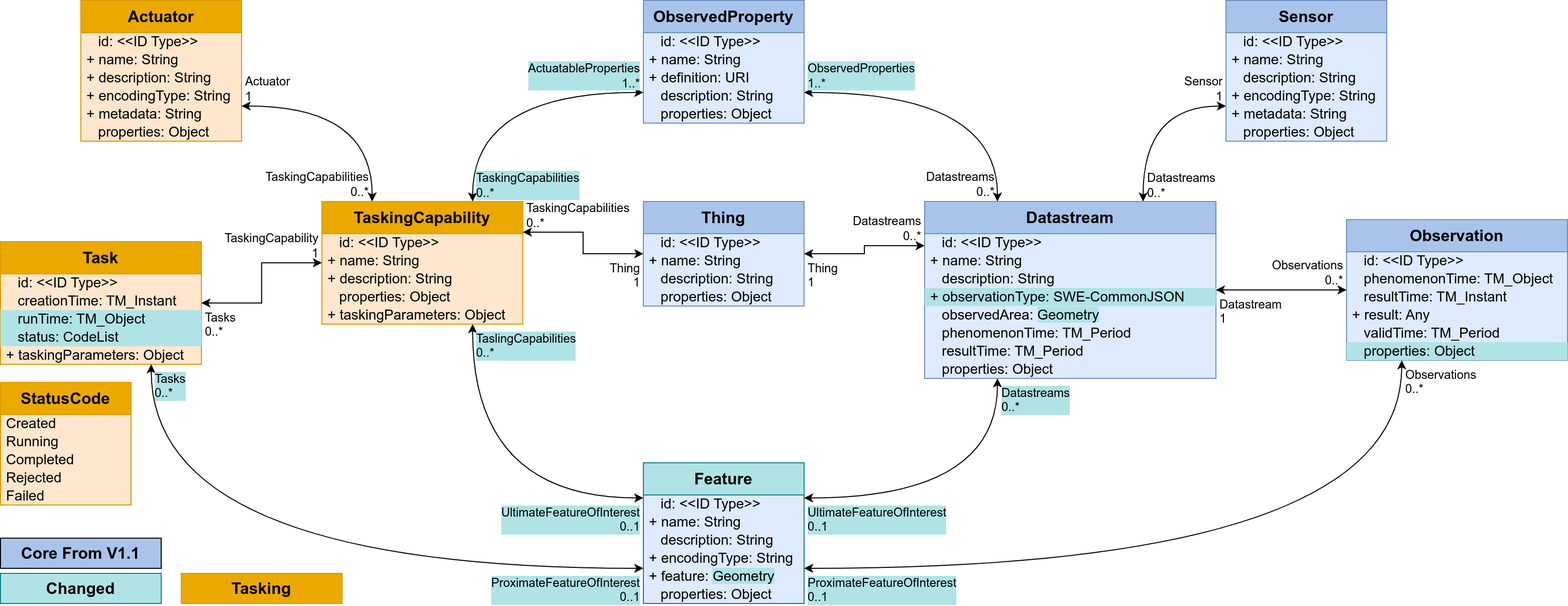
Earlier version of the draw.io export figures/Datamodel-SensorThingsApi-V2-proposal-1-Tasking-Sensing.drawio.png (opengeospatial/sensorthings). Source tidied: cells renumbered, new cells last; positions are measured from the earlier drawing's top-left corner, leaving out a move shared by most shapes.
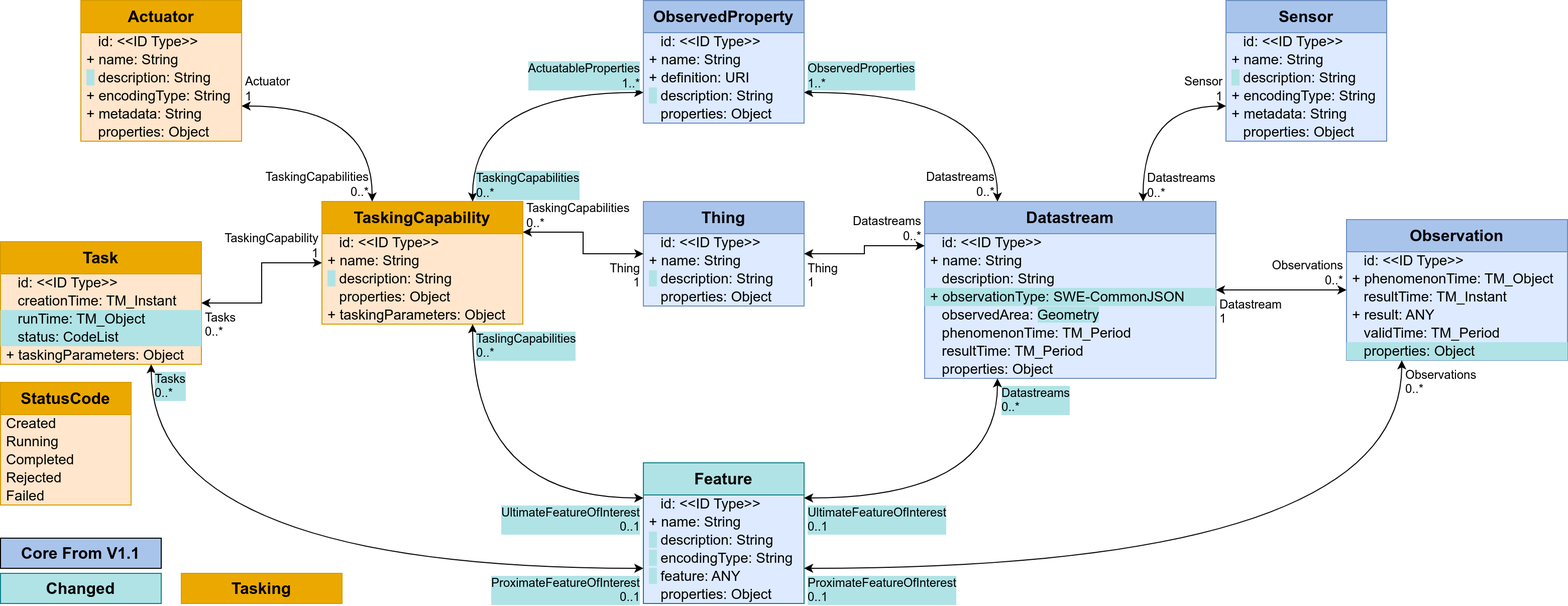
Later version of the same file.

Change to the diagram source:
```diff
@@ -38,13 +38,13 @@
     <mxCell id="13" value="+ name: String" style="text;strokeColor=none;fillColor=none;align=left;verticalAlign=middle;spacingLeft=4;spacingRight=4;overflow=visible;html=1;fontSize=14;" parent="11" vertex="1">
       <mxGeometry y="50" width="160" height="18" as="geometry" />
     </mxCell>
-    <mxCell id="14" value="&amp;nbsp; &amp;nbsp;description: String" style="text;strokeColor=none;fillColor=none;align=left;verticalAlign=middle;spacingLeft=4;spacingRight=4;overflow=visible;html=1;fontSize=14;" parent="11" vertex="1">
+    <mxCell id="14" value="&lt;span style=&quot;background-color: rgb(176, 227, 230);&quot;&gt;&amp;nbsp; &lt;/span&gt;&amp;nbsp;description: String" style="text;strokeColor=none;fillColor=none;align=left;verticalAlign=middle;spacingLeft=4;spacingRight=4;overflow=visible;html=1;fontSize=14;" parent="11" vertex="1">
       <mxGeometry y="68" width="160" height="18" as="geometry" />
     </mxCell>
-    <mxCell id="15" value="+ encodingType: String" style="text;strokeColor=none;fillColor=none;align=left;verticalAlign=middle;spacingLeft=4;spacingRight=4;overflow=visible;html=1;fontSize=14;" parent="11" vertex="1">
+    <mxCell id="15" value="&lt;span style=&quot;background-color: rgb(176, 227, 230);&quot;&gt;&amp;nbsp; &lt;/span&gt;&amp;nbsp;encodingType: String" style="text;strokeColor=none;fillColor=none;align=left;verticalAlign=middle;spacingLeft=4;spacingRight=4;overflow=visible;html=1;fontSize=14;" parent="11" vertex="1">
       <mxGeometry y="86" width="160" height="18" as="geometry" />
     </mxCell>
-    <mxCell id="16" value="+ feature: &lt;span style=&quot;background-color: rgb(176, 227, 230);&quot;&gt;Geometry&lt;/span&gt;" style="text;strokeColor=none;fillColor=none;align=left;verticalAlign=middle;spacingLeft=4;spacingRight=4;overflow=visible;html=1;fontSize=14;" parent="11" vertex="1">
+    <mxCell id="16" value="&lt;span style=&quot;background-color: rgb(176, 227, 230);&quot;&gt;&amp;nbsp; &lt;/span&gt;&amp;nbsp;feature: ANY&amp;nbsp;" style="text;strokeColor=none;fillColor=none;align=left;verticalAlign=middle;spacingLeft=4;spacingRight=4;overflow=visible;html=1;fontSize=14;" parent="11" vertex="1">
       <mxGeometry y="104" width="160" height="18" as="geometry" />
     </mxCell>
     <mxCell id="17" value="&amp;nbsp;&amp;nbsp;&amp;nbsp;properties: Object" style="text;strokeColor=none;fillColor=none;align=left;verticalAlign=middle;spacingLeft=4;spacingRight=4;overflow=visible;html=1;fontSize=14;" parent="11" vertex="1">
@@ -65,13 +65,13 @@
     <mxCell id="22" value="&amp;nbsp;&amp;nbsp;&amp;nbsp;id: &amp;lt;&amp;lt;ID Type&amp;gt;&amp;gt;" style="text;strokeColor=none;fillColor=none;align=left;verticalAlign=middle;spacingLeft=4;spacingRight=4;overflow=visible;html=1;fontSize=14;" parent="21" vertex="1">
       <mxGeometry y="32" width="220" height="18" as="geometry" />
     </mxCell>
-    <mxCell id="23" value="&amp;nbsp;&amp;nbsp;&amp;nbsp;phenomenonTime: TM_Object" style="text;strokeColor=none;fillColor=none;align=left;verticalAlign=middle;spacingLeft=4;spacingRight=4;overflow=visible;html=1;fontSize=14;" parent="21" vertex="1">
+    <mxCell id="23" value="+&amp;nbsp;phenomenonTime: TM_Object" style="text;strokeColor=none;fillColor=none;align=left;verticalAlign=middle;spacingLeft=4;spacingRight=4;overflow=visible;html=1;fontSize=14;" parent="21" vertex="1">
       <mxGeometry y="50" width="220" height="18" as="geometry" />
     </mxCell>
     <mxCell id="24" value="&amp;nbsp;&amp;nbsp;&amp;nbsp;resultTime: TM_Instant" style="text;strokeColor=none;fillColor=none;align=left;verticalAlign=middle;spacingLeft=4;spacingRight=4;overflow=visible;html=1;fontSize=14;" parent="21" vertex="1">
       <mxGeometry y="68" width="220" height="18" as="geometry" />
     </mxCell>
-    <mxCell id="25" value="+ result: Any" style="text;strokeColor=none;fillColor=none;align=left;verticalAlign=middle;spacingLeft=4;spacingRight=4;overflow=visible;html=1;fontSize=14;" parent="21" vertex="1">
+    <mxCell id="25" value="+ result: ANY" style="text;strokeColor=none;fillColor=none;align=left;verticalAlign=middle;spacingLeft=4;spacingRight=4;overflow=visible;html=1;fontSize=14;" parent="21" vertex="1">
       <mxGeometry y="86" width="220" height="18" as="geometry" />
     </mxCell>
     <mxCell id="26" value="&amp;nbsp;&amp;nbsp;&amp;nbsp;validTime:&amp;nbsp;TM_Period" style="text;strokeColor=none;fillColor=none;align=left;verticalAlign=middle;spacingLeft=4;spacingRight=4;overflow=visible;html=1;fontSize=14;" parent="21" vertex="1">
@@ -110,7 +110,7 @@
     <mxCell id="37" value="+ definition: URI" style="text;strokeColor=none;fillColor=none;align=left;verticalAlign=middle;spacingLeft=4;spacingRight=4;overflow=visible;html=1;fontSize=14;" parent="34" vertex="1">
       <mxGeometry y="68" width="160" height="18" as="geometry" />
     </mxCell>
-    <mxCell id="38" value="&amp;nbsp; &amp;nbsp;description: String" style="text;strokeColor=none;fillColor=none;align=left;verticalAlign=middle;spacingLeft=4;spacingRight=4;overflow=visible;html=1;fontSize=14;" parent="34" vertex="1">
+    <mxCell id="38" value="&lt;span style=&quot;background-color: rgb(176, 227, 230);&quot;&gt;&amp;nbsp; &lt;/span&gt;&amp;nbsp;description: String" style="text;strokeColor=none;fillColor=none;align=left;verticalAlign=middle;spacingLeft=4;spacingRight=4;overflow=visible;html=1;fontSize=14;" parent="34" vertex="1">
       <mxGeometry y="86" width="160" height="18" as="geometry" />
     </mxCell>
     <mxCell id="39" value="&amp;nbsp;&amp;nbsp;&amp;nbsp;properties: Object" style="text;strokeColor=none;fillColor=none;align=left;verticalAlign=middle;spacingLeft=4;spacingRight=4;overflow=visible;html=1;fontSize=14;" parent="34" vertex="1">
@@ -134,7 +134,7 @@
     <mxCell id="45" value="+ name: String" style="text;strokeColor=none;fillColor=none;align=left;verticalAlign=middle;spacingLeft=4;spacingRight=4;overflow=visible;html=1;fontSize=14;" parent="43" vertex="1">
       <mxGeometry y="50" width="160" height="18" as="geometry" />
     </mxCell>
-    <mxCell id="46" value="&amp;nbsp; &amp;nbsp;description: String" style="text;strokeColor=none;fillColor=none;align=left;verticalAlign=middle;spacingLeft=4;spacingRight=4;overflow=visible;html=1;fontSize=14;" parent="43" vertex="1">
+    <mxCell id="46" value="&lt;span style=&quot;background-color: rgb(176, 227, 230);&quot;&gt;&amp;nbsp; &lt;/span&gt;&amp;nbsp;description: String" style="text;strokeColor=none;fillColor=none;align=left;verticalAlign=middle;spacingLeft=4;spacingRight=4;overflow=visible;html=1;fontSize=14;" parent="43" vertex="1">
       <mxGeometry y="68" width="160" height="18" as="geometry" />
     </mxCell>
     <mxCell id="47" value="+ encodingType: String" style="text;strokeColor=none;fillColor=none;align=left;verticalAlign=middle;spacingLeft=4;spacingRight=4;overflow=visible;html=1;fontSize=14;" parent="43" vertex="1">
@@ -164,7 +164,7 @@
     <mxCell id="55" value="+ name: String" style="text;strokeColor=none;fillColor=none;align=left;verticalAlign=middle;spacingLeft=4;spacingRight=4;overflow=visible;html=1;fontSize=14;" parent="53" vertex="1">
       <mxGeometry y="50" width="160" height="18" as="geometry" />
     </mxCell>
-    <mxCell id="56" value="&amp;nbsp; &amp;nbsp;description: String" style="text;strokeColor=none;fillColor=none;align=left;verticalAlign=middle;spacingLeft=4;spacingRight=4;overflow=visible;html=1;fontSize=14;" parent="53" vertex="1">
+    <mxCell id="56" value="&lt;span style=&quot;background-color: rgb(176, 227, 230);&quot;&gt;&amp;nbsp; &lt;/span&gt;&amp;nbsp;description: String" style="text;strokeColor=none;fillColor=none;align=left;verticalAlign=middle;spacingLeft=4;spacingRight=4;overflow=visible;html=1;fontSize=14;" parent="53" vertex="1">
       <mxGeometry y="68" width="160" height="18" as="geometry" />
     </mxCell>
     <mxCell id="57" value="&amp;nbsp;&amp;nbsp;&amp;nbsp;properties: Object" style="text;strokeColor=none;fillColor=none;align=left;verticalAlign=middle;spacingLeft=4;spacingRight=4;overflow=visible;html=1;fontSize=14;" parent="53" vertex="1">
@@ -194,7 +194,7 @@
     <mxCell id="65" value="+ name: String" style="text;strokeColor=none;fillColor=none;align=left;verticalAlign=middle;spacingLeft=4;spacingRight=4;overflow=visible;html=1;fontSize=14;" parent="63" vertex="1">
       <mxGeometry y="50" width="160" height="18" as="geometry" />
     </mxCell>
-    <mxCell id="66" value="+ description: String" style="text;strokeColor=none;fillColor=none;align=left;verticalAlign=middle;spacingLeft=4;spacingRight=4;overflow=visible;html=1;fontSize=14;" parent="63" vertex="1">
+    <mxCell id="66" value="&lt;span style=&quot;background-color: rgb(176, 227, 230);&quot;&gt;&amp;nbsp; &lt;/span&gt;&amp;nbsp;description: String" style="text;strokeColor=none;fillColor=none;align=left;verticalAlign=middle;spacingLeft=4;spacingRight=4;overflow=visible;html=1;fontSize=14;" parent="63" vertex="1">
       <mxGeometry y="68" width="160" height="18" as="geometry" />
     </mxCell>
     <mxCell id="67" value="+ encodingType: String" style="text;strokeColor=none;fillColor=none;align=left;verticalAlign=middle;spacingLeft=4;spacingRight=4;overflow=visible;html=1;fontSize=14;" parent="63" vertex="1">
@@ -233,7 +233,7 @@
     <mxCell id="78" value="+ name: String" style="text;strokeColor=none;fillColor=none;align=left;verticalAlign=middle;spacingLeft=4;spacingRight=4;overflow=visible;html=1;fontSize=14;" parent="76" vertex="1">
       <mxGeometry y="50" width="200" height="18" as="geometry" />
     </mxCell>
-    <mxCell id="79" value="+ description: String" style="text;strokeColor=none;fillColor=none;align=left;verticalAlign=middle;spacingLeft=4;spacingRight=4;overflow=visible;html=1;fontSize=14;" parent="76" vertex="1">
+    <mxCell id="79" value="&lt;span style=&quot;background-color: rgb(176, 227, 230);&quot;&gt;&amp;nbsp; &lt;/span&gt;&amp;nbsp;description: String" style="text;strokeColor=none;fillColor=none;align=left;verticalAlign=middle;spacingLeft=4;spacingRight=4;overflow=visible;html=1;fontSize=14;" parent="76" vertex="1">
       <mxGeometry y="68" width="200" height="18" as="geometry" />
     </mxCell>
     <mxCell id="80" value="&amp;nbsp;&amp;nbsp;&amp;nbsp;properties: Object" style="text;strokeColor=none;fillColor=none;align=left;verticalAlign=middle;spacingLeft=4;spacingRight=4;overflow=visible;html=1;fontSize=14;" parent="76" vertex="1">
```
